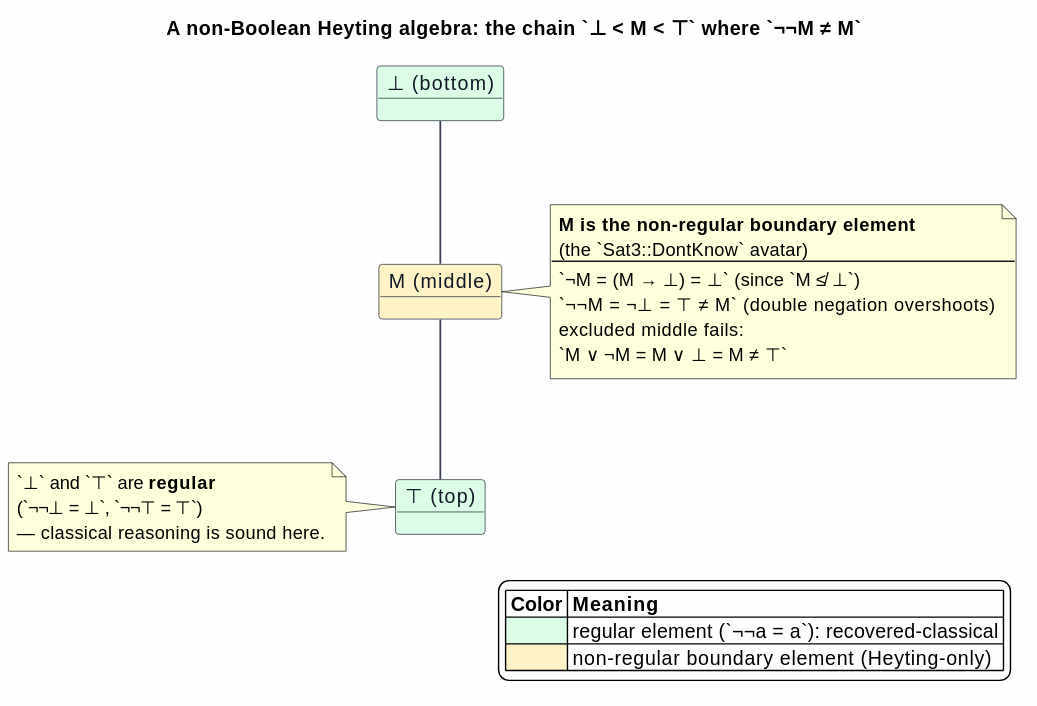
This is docs/architecture/semantic-predicates/figures/12-heyting-hasse.svg from F1R3FLY-io/mettail-rust, a PlantUML export, as it was before one commit.
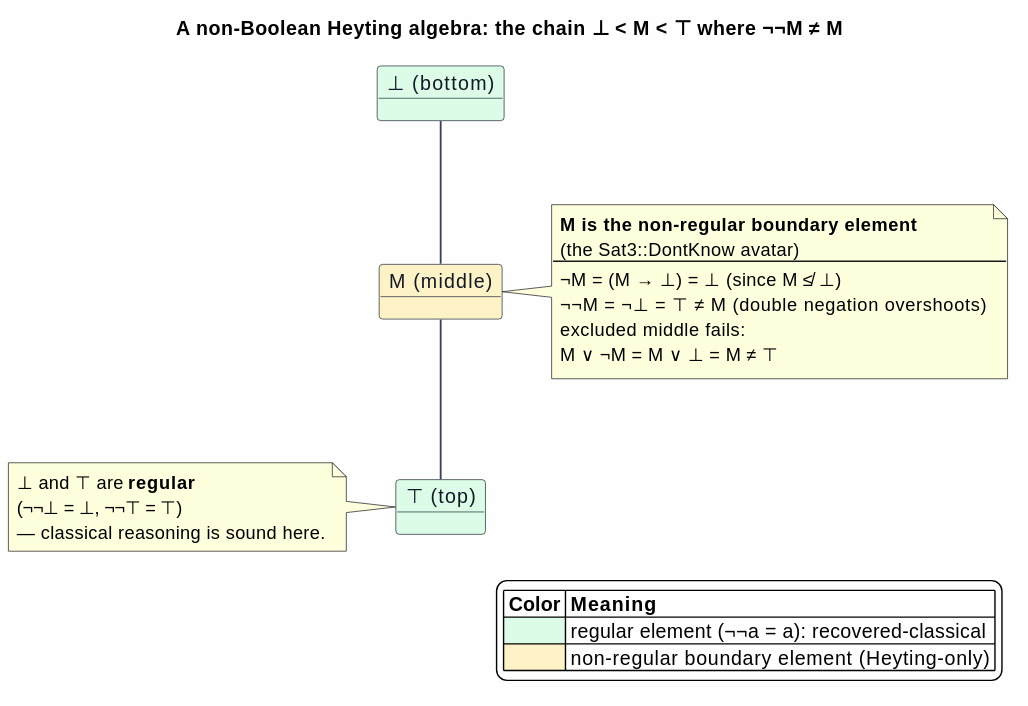
The same diagram one commit later.

Diff of the diagram source:
```diff
@@ -8,7 +8,7 @@
   FontColor #111827
 }
 
-title A non-Boolean Heyting algebra: the chain `⊥ < M < ⊤` where `¬¬M ≠ M`
+title A non-Boolean Heyting algebra: the chain ⊥ < M < ⊤ where ¬¬M ≠ M
 
 object "⊤  (top)" as Top #DCFCE7
 object "M  (middle)" as Mid #FEF3C7
@@ -19,23 +19,23 @@
 
 note right of Mid
   **M is the non-regular boundary element**
-  (the `Sat3::DontKnow` avatar)
+  (the Sat3::DontKnow avatar)
   ----
-  `¬M = (M → ⊥) = ⊥`   (since `M ≰ ⊥`)
-  `¬¬M = ¬⊥ = ⊤ ≠ M`   (double negation overshoots)
+  ¬M = (M → ⊥) = ⊥   (since M ≰ ⊥)
+  ¬¬M = ¬⊥ = ⊤ ≠ M   (double negation overshoots)
   excluded middle fails:
-  `M ∨ ¬M = M ∨ ⊥ = M ≠ ⊤`
+  M ∨ ¬M = M ∨ ⊥ = M ≠ ⊤
 end note
 
 note left of Top
-  `⊥` and `⊤` are **regular**
-  (`¬¬⊥ = ⊥`, `¬¬⊤ = ⊤`)
+  ⊥ and ⊤ are **regular**
+  (¬¬⊥ = ⊥, ¬¬⊤ = ⊤)
   — classical reasoning is sound here.
 end note
 
 legend right
 |= Color |= Meaning |
-|<#DCFCE7> | regular element (`¬¬a = a`): recovered-classical |
+|<#DCFCE7> | regular element (¬¬a = a): recovered-classical |
 |<#FEF3C7> | non-regular boundary element (Heyting-only) |
 endlegend
 @enduml
```
